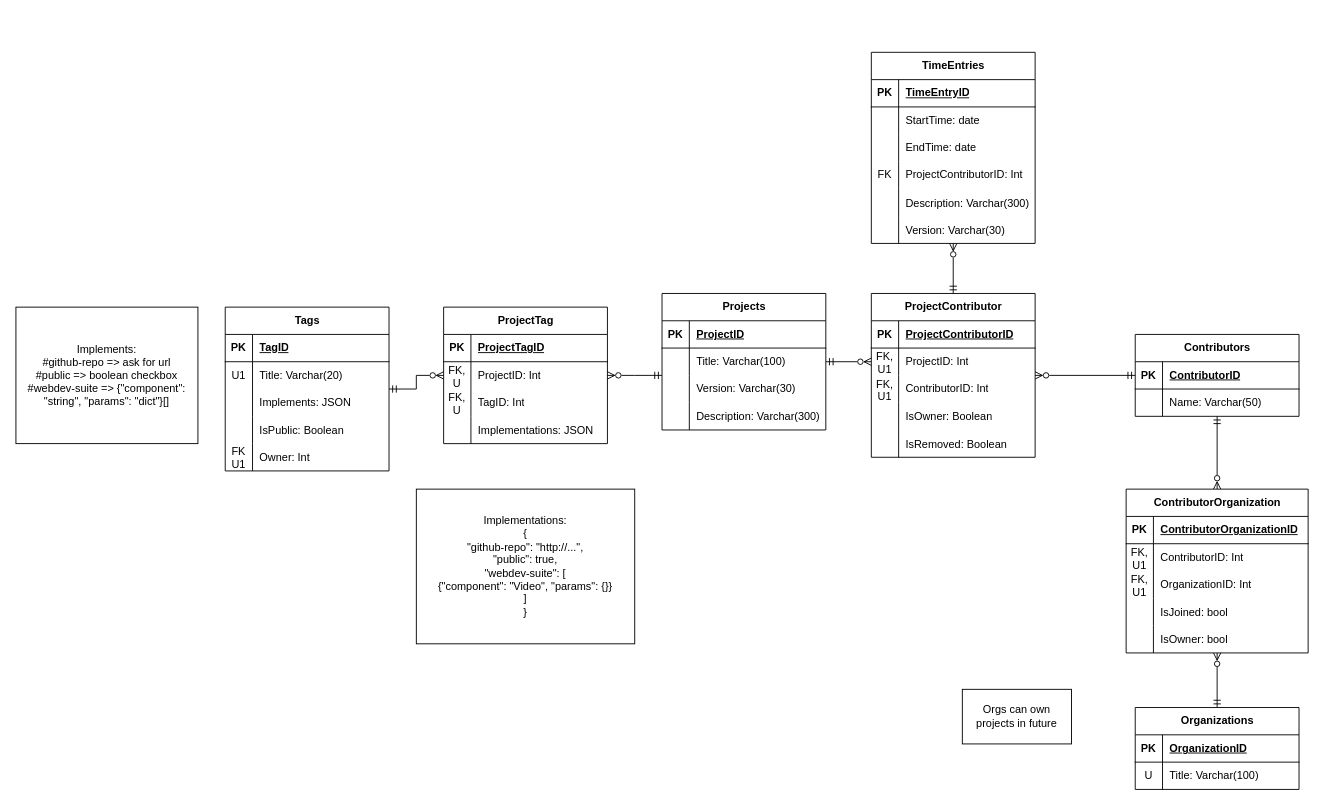
Before: Documentation/projectmanager.drawio in TheChar/SphereAPI, a draw.io diagram. Source tidied: cells renumbered, new cells numbered last; positions are measured from the earlier drawing's top-left corner, leaving out a move shared by most shapes. Both pictures are drawn from the tidied source at 91%, with x=0, y=0 at pixel (15, 52).
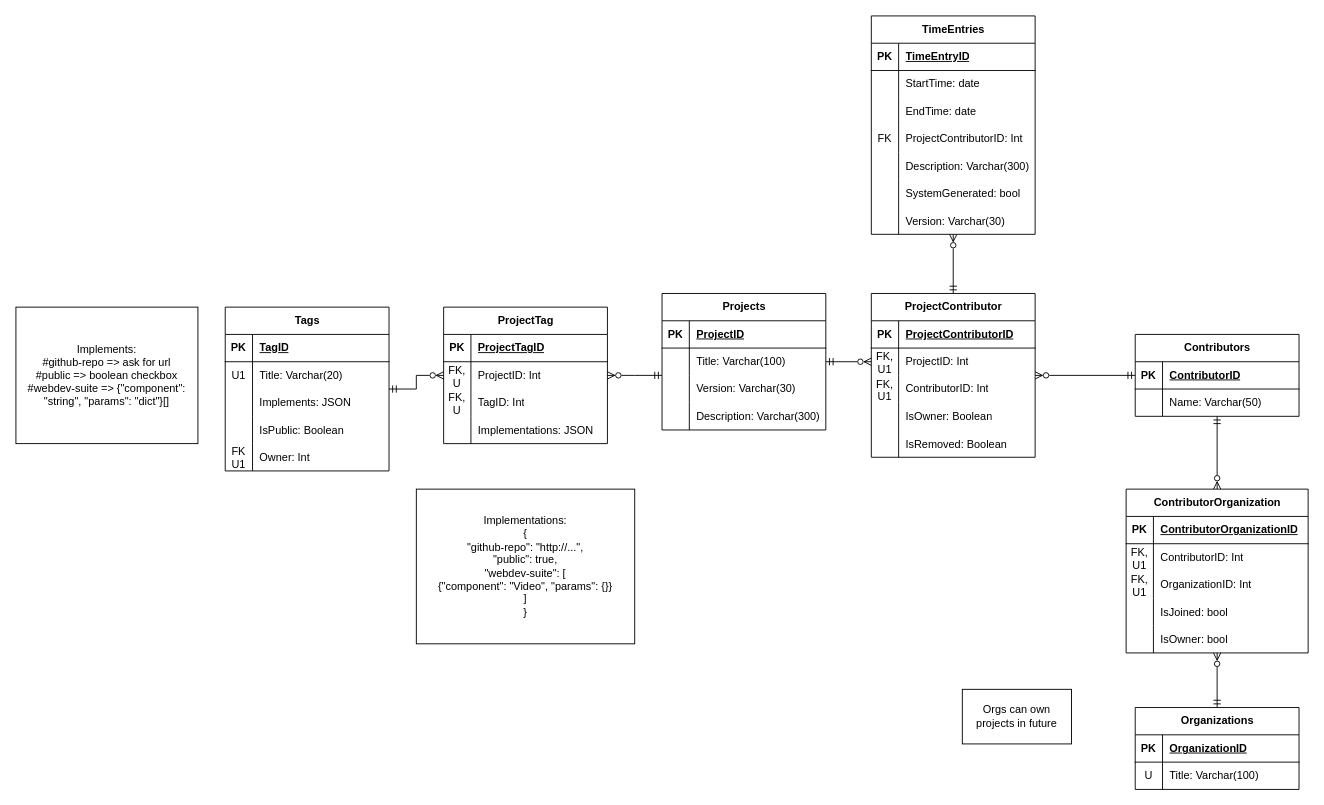
Above is the later version.

Change to the diagram source:
```diff
@@
     <mxCell id="73" value="TimeEntries" style="shape=table;startSize=30;childLayout=tableLayout;rowLines=0;fontStyle=1;align=center;html=1;" parent="1" vertex="1">
-      <mxGeometry x="940" width="180" height="210" as="geometry" />
+      <mxGeometry x="940" y="-40" width="180" height="240" as="geometry" />
     </mxCell>
@@
+    <mxCell id="119" style="shape=tableRow;horizontal=0;startSize=0;swimlaneHead=0;swimlaneBody=0;fillColor=none;top=0;left=0;right=0;bottom=0;" parent="73" vertex="1">
+      <mxGeometry y="180" width="180" height="30" as="geometry" />
+    </mxCell>
+    <mxCell id="120" style="shape=partialRectangle;fillColor=none;top=0;left=0;bottom=0;right=0;overflow=hidden;" parent="119" vertex="1">
+      <mxGeometry width="30" height="30" as="geometry" />
+    </mxCell>
+    <mxCell id="121" value="SystemGenerated: bool" style="shape=partialRectangle;fillColor=none;top=0;left=0;bottom=0;right=0;align=left;spacingLeft=6;overflow=hidden;" parent="119" vertex="1">
+      <mxGeometry x="30" width="150" height="30" as="geometry" />
+    </mxCell>
     <mxCell id="89" style="shape=tableRow;horizontal=0;startSize=0;swimlaneHead=0;swimlaneBody=0;fillColor=none;top=0;left=0;right=0;bottom=0;" parent="73" vertex="1">
-      <mxGeometry y="180" width="180" height="30" as="geometry" />
+      <mxGeometry y="210" width="180" height="30" as="geometry" />
     </mxCell>
```
